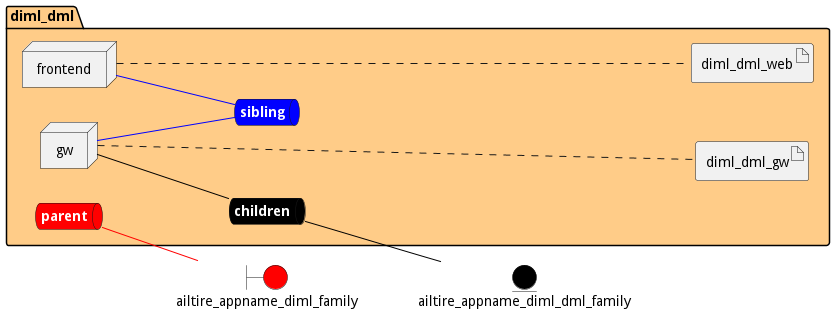
Before: docs/edgemere/diml/dml/envs/test/deployment.png, a diagram exported from PlantUML (madajaju/edgemere). The source it was exported from:
```plantuml
@startuml

left to right direction


boundary ailtire_appname_diml_family #red


entity ailtire_appname_diml_dml_family #black




package "diml_dml" #ffcc88 {
    queue childrennet #black [
            <b><color:white>children</color></b>
    ]

    childrennet -[#black]- ailtire_appname_diml_dml_family

    queue siblingnet #blue [
            <b><color:white>sibling</color></b>
    ]

    queue parentnet #red [
            <b><color:white>parent</color></b>
    ]

    parentnet -[#red]- ailtire_appname_diml_family


node "frontend" as frontendService
node "gw" as gwService


        artifact "diml_dml_web" as diml_dml_webimage

        artifact "diml_dml_gw" as diml_dml_gwimage

}

frontendService -[#blue]- siblingnet

gwService -[#black]- childrennet

gwService -[#blue]- siblingnet
frontendService .... diml_dml_webimage
gwService .... diml_dml_gwimage


@enduml
```
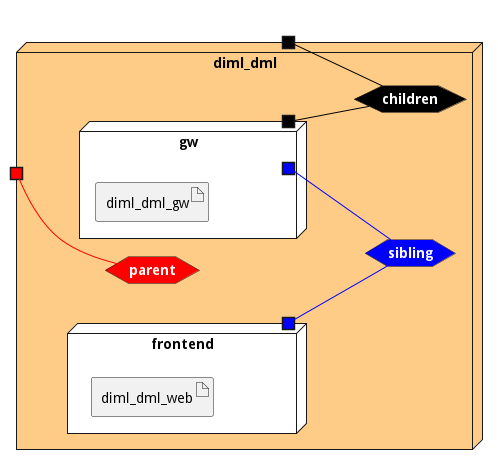
After the commit.

What changed in the source:
```diff
@@ -3,49 +3,53 @@
 left to right direction
 
 
-boundary ailtire_appname_diml_family #red
-
-
-entity ailtire_appname_diml_dml_family #black
 
 
 
 
-package "diml_dml" #ffcc88 {
-    queue childrennet #black [
+
+node "diml_dml" #ffcc88 {
+
+
+    hexagon childrennet #black [
             <b><color:white>children</color></b>
     ]
 
-    childrennet -[#black]- ailtire_appname_diml_dml_family
+    portout " " as childrennetPortOut #black
+    childrennet -[#black]- childrennetPortOut
 
-    queue siblingnet #blue [
+    hexagon siblingnet #blue [
             <b><color:white>sibling</color></b>
     ]
 
-    queue parentnet #red [
+    hexagon parentnet #red [
             <b><color:white>parent</color></b>
     ]
 
-    parentnet -[#red]- ailtire_appname_diml_family
+    portin " " as parentnetPortIn #red
+    parentnetPortIn -[#red]- parentnet
 
 
-node "frontend" as frontendService
-node "gw" as gwService
+node "frontend" as frontendService #white {
+    portOut " " as frontendServicesiblingnet #blue
+   frontendServicesiblingnet -[#blue]- siblingnet
 
 
-        artifact "diml_dml_web" as diml_dml_webimage
+    artifact "diml_dml_web" as diml_dml_webimage
 
-        artifact "diml_dml_gw" as diml_dml_gwimage
+}
+node "gw" as gwService #white {
+    portOut " " as gwServicechildrennet #black
+   gwServicechildrennet -[#black]- childrennet
+       portOut " " as gwServicesiblingnet #blue
+   gwServicesiblingnet -[#blue]- siblingnet
+
+
+    artifact "diml_dml_gw" as diml_dml_gwimage
 
 }
 
-frontendService -[#blue]- siblingnet
-
-gwService -[#black]- childrennet
-
-gwService -[#blue]- siblingnet
-frontendService .... diml_dml_webimage
-gwService .... diml_dml_gwimage
+}
 
 
 @enduml
```
